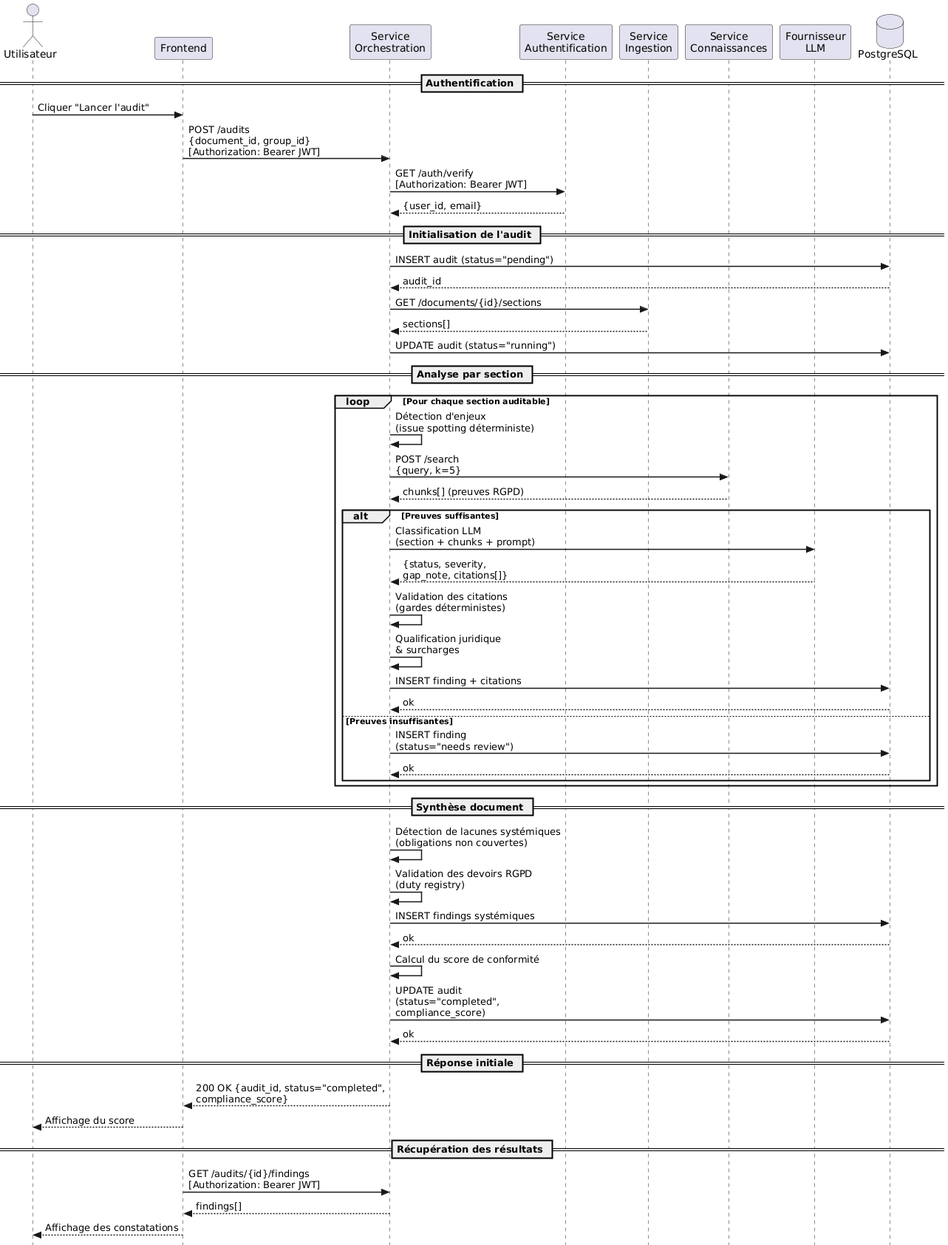
This is diagrams/03-sequence-diagram-audit-flow.png from AliBnh/CompliTrace, a PlantUML export, as it was before one commit. Its diagram source:
```plantuml
@startuml
skinparam sequenceArrowThickness 1.5
  skinparam sequenceParticipantPadding 20
  skinparam sequenceBoxBorderColor #FFFFFF
  skinparam style strictuml

  actor "Utilisateur" as user
  participant "Frontend" as fe
  participant "Service\nOrchestration" as orch
  participant "Service\nAuthentification" as auth
  participant "Service\nIngestion" as ingest
  participant "Service\nConnaissances" as know
  participant "Fournisseur\nLLM" as llm
  database "PostgreSQL" as db

  == Authentification ==

  user -> fe : Cliquer "Lancer l'audit"
  fe -> orch : POST /audits\n{document_id, group_id}\n[Authorization: Bearer JWT]
  orch -> auth : GET /auth/verify\n[Authorization: Bearer JWT]
  auth --> orch : {user_id, email}

  == Initialisation de l'audit ==

  orch -> db : INSERT audit (status="pending")
  db --> orch : audit_id
  orch -> ingest : GET /documents/{id}/sections
  ingest --> orch : sections[]
  orch -> db : UPDATE audit (status="running")

  == Analyse par section ==

  loop Pour chaque section auditable
      orch -> orch : Détection d'enjeux\n(issue spotting déterministe)
      orch -> know : POST /search\n{query, k=5}
      know --> orch : chunks[] (preuves RGPD)

      alt Preuves suffisantes
          orch -> llm : Classification LLM\n(section + chunks + prompt)
          llm --> orch : {status, severity,\ngap_note, citations[]}
          orch -> orch : Validation des citations\n(gardes déterministes)
          orch -> orch : Qualification juridique\n& surcharges
          orch -> db : INSERT finding + citations
          db --> orch : ok
      else Preuves insuffisantes
          orch -> db : INSERT finding\n(status="needs review")
          db --> orch : ok
      end
  end

  == Synthèse document ==

  orch -> orch : Détection de lacunes systémiques\n(obligations non couvertes)
  orch -> orch : Validation des devoirs RGPD\n(duty registry)
  orch -> db : INSERT findings systémiques
  db --> orch : ok
  orch -> orch : Calcul du score de conformité
  orch -> db : UPDATE audit\n(status="completed",\ncompliance_score)
  db --> orch : ok

  == Réponse initiale ==

  orch --> fe : 200 OK {audit_id, status="completed",\ncompliance_score}
  fe --> user : Affichage du score

  == Récupération des résultats ==

  fe -> orch : GET /audits/{id}/findings\n[Authorization: Bearer JWT]
  orch --> fe : findings[]
  fe --> user : Affichage des constatations
@enduml
```
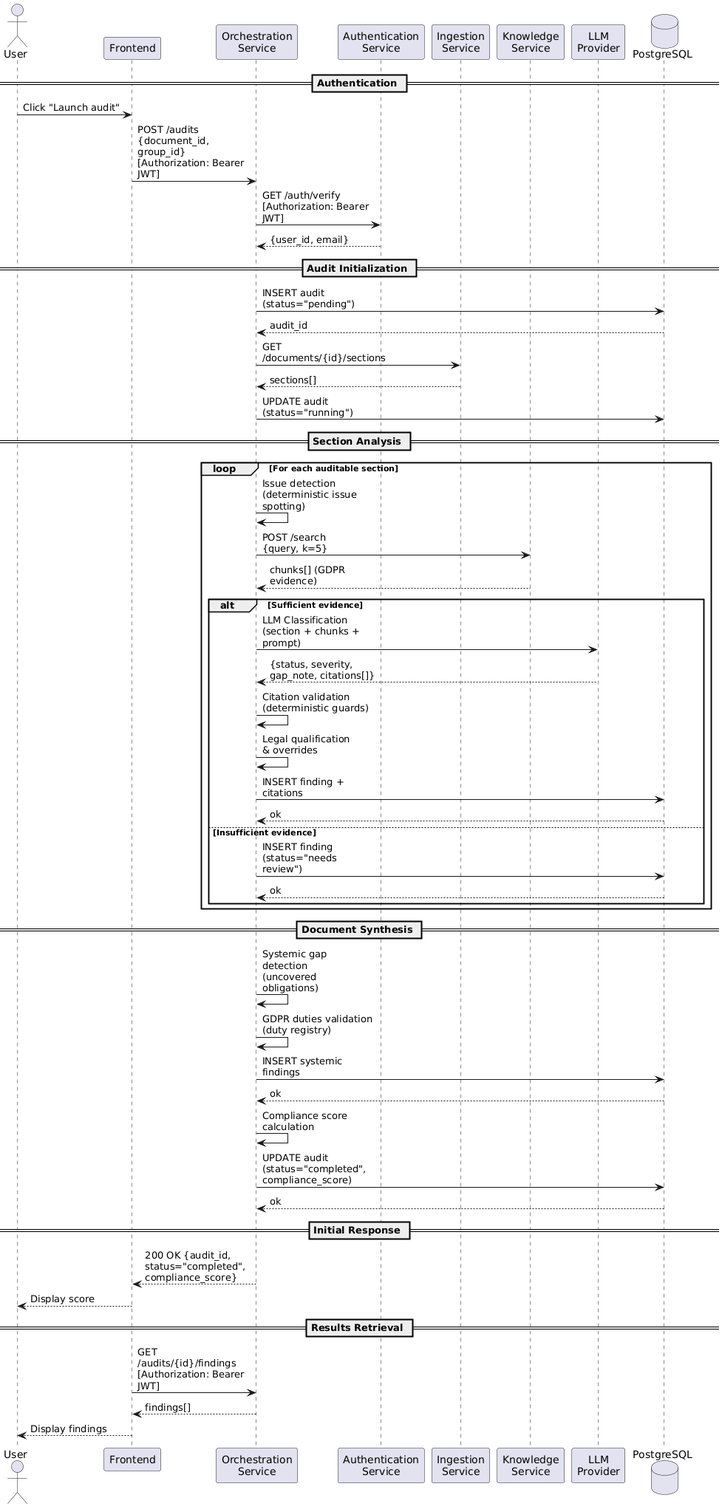
Later version of the same file.

Commit message:
chore: update sequence diagram for audit flow

Diff of the diagram source:
```diff
@@ -1,71 +1,68 @@
 @startuml
-skinparam sequenceArrowThickness 1.5
-  skinparam sequenceParticipantPadding 20
-  skinparam sequenceBoxBorderColor #FFFFFF
-  skinparam style strictuml
+skinparam maxMessageSize 150
 
-  actor "Utilisateur" as user
-  participant "Frontend" as fe
-  participant "Service\nOrchestration" as orch
-  participant "Service\nAuthentification" as auth
-  participant "Service\nIngestion" as ingest
-  participant "Service\nConnaissances" as know
-  participant "Fournisseur\nLLM" as llm
-  database "PostgreSQL" as db
+actor User
+participant Frontend
+participant "Orchestration\nService" as Orchestration
+participant "Authentication\nService" as Auth
+participant "Ingestion\nService" as Ingestion
+participant "Knowledge\nService" as Knowledge
+participant "LLM\nProvider" as LLM
+database PostgreSQL
 
-  == Authentification ==
+== Authentication ==
 
-  user -> fe : Cliquer "Lancer l'audit"
-  fe -> orch : POST /audits\n{document_id, group_id}\n[Authorization: Bearer JWT]
-  orch -> auth : GET /auth/verify\n[Authorization: Bearer JWT]
-  auth --> orch : {user_id, email}
+User -> Frontend : Click "Launch audit"
+Frontend -> Orchestration : POST /audits\n{document_id, group_id}\n[Authorization: Bearer JWT]
+Orchestration -> Auth : GET /auth/verify\n[Authorization: Bearer JWT]
+Auth --> Orchestration : {user_id, email}
 
-  == Initialisation de l'audit ==
+== Audit Initialization ==
 
-  orch -> db : INSERT audit (status="pending")
-  db --> orch : audit_id
-  orch -> ingest : GET /documents/{id}/sections
-  ingest --> orch : sections[]
-  orch -> db : UPDATE audit (status="running")
+Orchestration -> PostgreSQL : INSERT audit (status="pending")
+PostgreSQL --> Orchestration : audit_id
+Orchestration -> Ingestion : GET /documents/{id}/sections
+Ingestion --> Orchestration : sections[]
+Orchestration -> PostgreSQL : UPDATE audit (status="running")
 
-  == Analyse par section ==
+== Section Analysis ==
 
-  loop Pour chaque section auditable
-      orch -> orch : Détection d'enjeux\n(issue spotting déterministe)
-      orch -> know : POST /search\n{query, k=5}
-      know --> orch : chunks[] (preuves RGPD)
+loop For each auditable section
+    Orchestration -> Orchestration : Issue detection\n(deterministic issue spotting)
+    Orchestration -> Knowledge : POST /search\n{query, k=5}
+    Knowledge --> Orchestration : chunks[] (GDPR evidence)
 
-      alt Preuves suffisantes
-          orch -> llm : Classification LLM\n(section + chunks + prompt)
-          llm --> orch : {status, severity,\ngap_note, citations[]}
-          orch -> orch : Validation des citations\n(gardes déterministes)
-          orch -> orch : Qualification juridique\n& surcharges
-          orch -> db : INSERT finding + citations
-          db --> orch : ok
-      else Preuves insuffisantes
-          orch -> db : INSERT finding\n(status="needs review")
-          db --> orch : ok
-      end
-  end
+    alt Sufficient evidence
+        Orchestration -> LLM : LLM Classification\n(section + chunks + prompt)
+        LLM --> Orchestration : {status, severity,\ngap_note, citations[]}
+        Orchestration -> Orchestration : Citation validation\n(deterministic guards)
+        Orchestration -> Orchestration : Legal qualification\n& overrides
+        Orchestration -> PostgreSQL : INSERT finding + citations
+        PostgreSQL --> Orchestration : ok
+    else Insufficient evidence
+        Orchestration -> PostgreSQL : INSERT finding\n(status="needs review")
+        PostgreSQL --> Orchestration : ok
+    end
+end
 
-  == Synthèse document ==
+== Document Synthesis ==
 
-  orch -> orch : Détection de lacunes systémiques\n(obligations non couvertes)
-  orch -> orch : Validation des devoirs RGPD\n(duty registry)
-  orch -> db : INSERT findings systémiques
-  db --> orch : ok
-  orch -> orch : Calcul du score de conformité
-  orch -> db : UPDATE audit\n(status="completed",\ncompliance_score)
-  db --> orch : ok
+Orchestration -> Orchestration : Systemic gap detection\n(uncovered obligations)
+Orchestration -> Orchestration : GDPR duties validation\n(duty registry)
+Orchestration -> PostgreSQL : INSERT systemic findings
+PostgreSQL --> Orchestration : ok
+Orchestration -> Orchestration : Compliance score calculation
+Orchestration -> PostgreSQL : UPDATE audit\n(status="completed",\ncompliance_score)
+PostgreSQL --> Orchestration : ok
 
-  == Réponse initiale ==
+== Initial Response ==
 
-  orch --> fe : 200 OK {audit_id, status="completed",\ncompliance_score}
-  fe --> user : Affichage du score
+Orchestration --> Frontend : 200 OK {audit_id, status="completed",\ncompliance_score}
+Frontend --> User : Display score
 
-  == Récupération des résultats ==
+== Results Retrieval ==
 
-  fe -> orch : GET /audits/{id}/findings\n[Authorization: Bearer JWT]
-  orch --> fe : findings[]
-  fe --> user : Affichage des constatations
+Frontend -> Orchestration : GET /audits/{id}/findings\n[Authorization: Bearer JWT]
+Orchestration --> Frontend : findings[]
+Frontend --> User : Display findings
 @enduml
```
